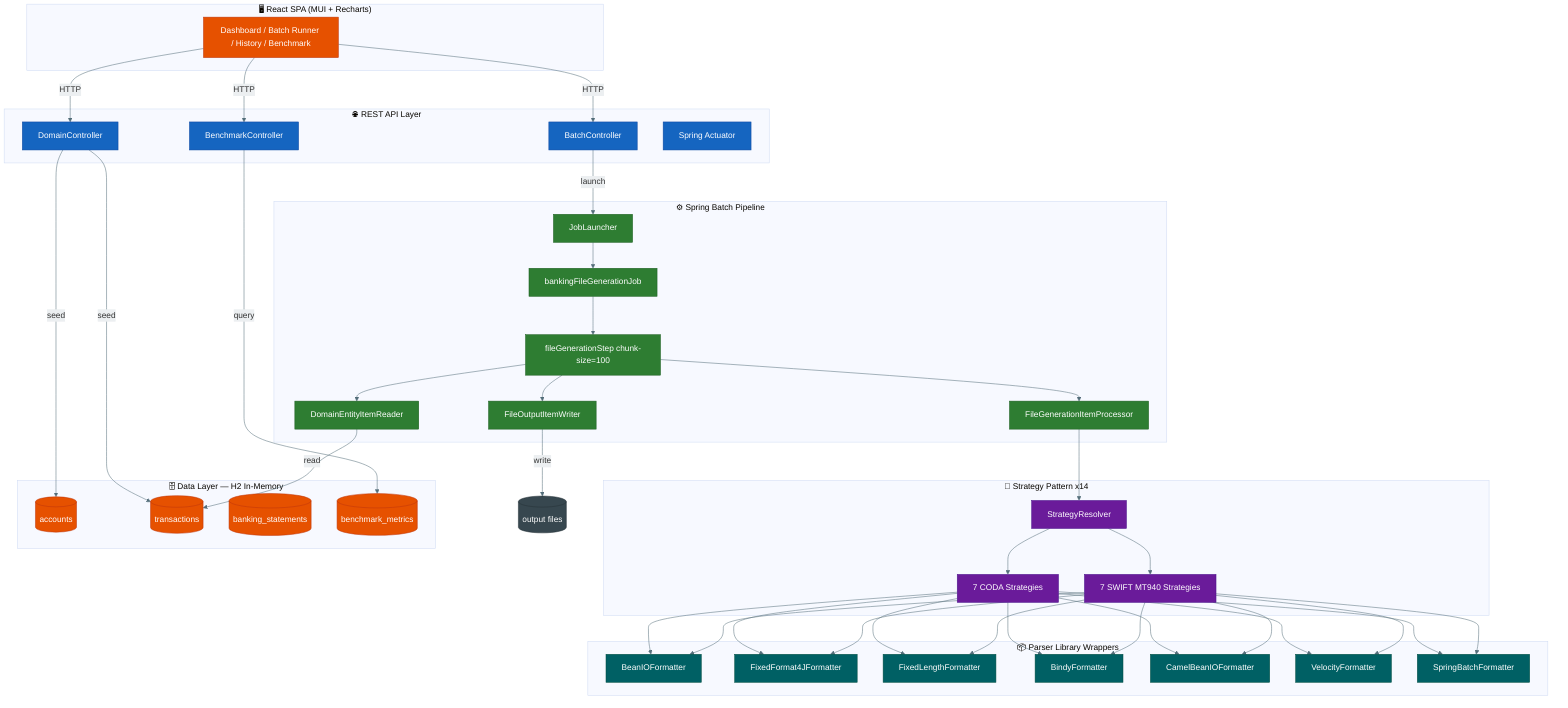
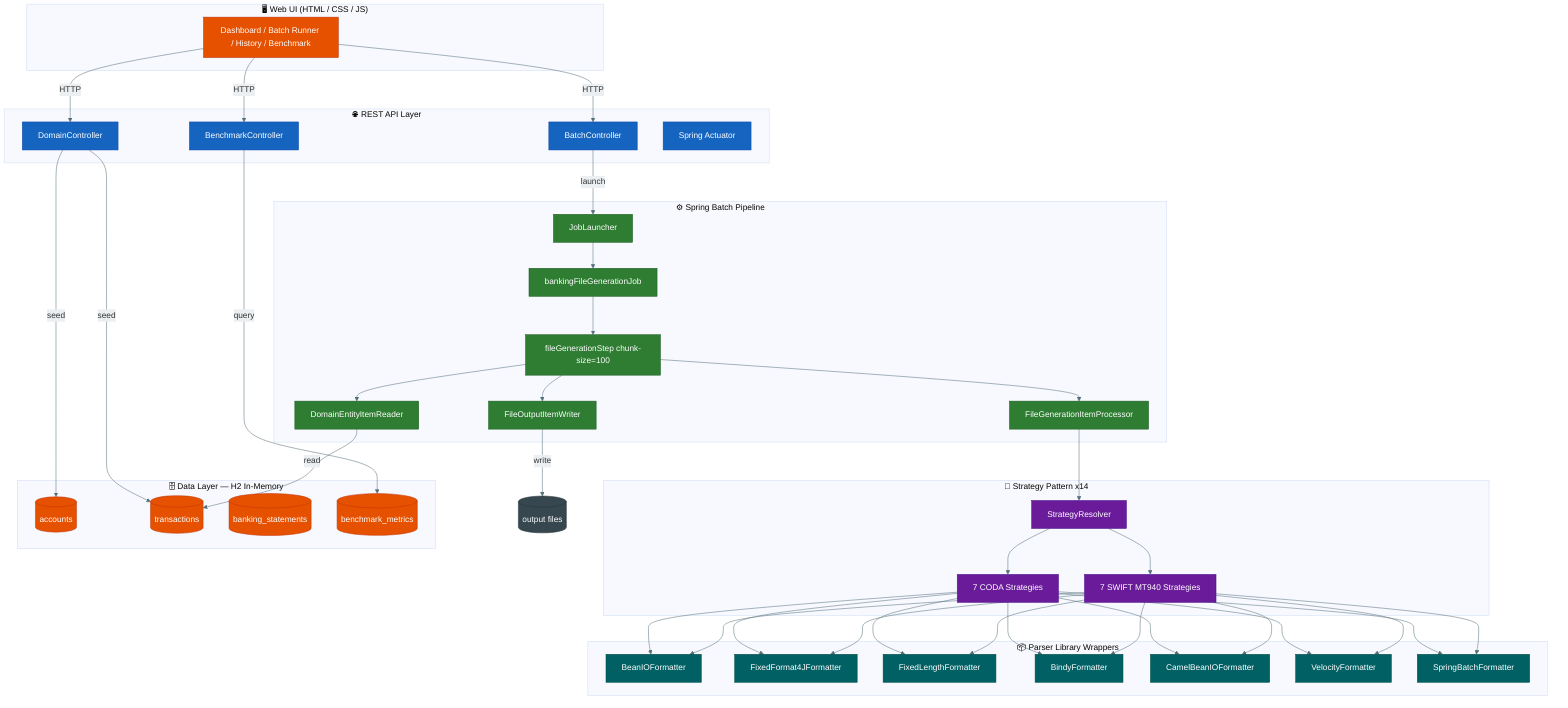
%%{init: {'theme': 'base', 'themeVariables': {'lineColor': '#546e7a', 'edgeLabelBackground': '#eceff1'}}}%%
graph TB
    classDef frontendStyle fill:#e65100,stroke:#bf360c,color:#fff
    classDef apiStyle      fill:#1565c0,stroke:#0d47a1,color:#fff
    classDef batchStyle    fill:#2e7d32,stroke:#1b5e20,color:#fff
    classDef strategyStyle fill:#6a1b9a,stroke:#4a148c,color:#fff
    classDef parserStyle   fill:#006064,stroke:#004d40,color:#fff
    classDef dataStyle     fill:#e65100,stroke:#bf360c,color:#fff
    classDef storageStyle  fill:#37474f,stroke:#263238,color:#fff

-     subgraph Frontend["🖥 React SPA (MUI + Recharts)"]
+     subgraph Frontend["🖥 Web UI (HTML / CSS / JS)"]
        UI[Dashboard / Batch Runner / History / Benchmark]
    end

    subgraph API["🌐 REST API Layer"]
        DC[DomainController]
        BC[BatchController]
        BNC[BenchmarkController]
        ACT[Spring Actuator]
    end

    subgraph Batch["⚙ Spring Batch Pipeline"]
        JL[JobLauncher]
        JOB[bankingFileGenerationJob]
        STEP[fileGenerationStep chunk-size=100]
        READER[DomainEntityItemReader]
        PROC[FileGenerationItemProcessor]
        WRITER[FileOutputItemWriter]
    end

    subgraph Strategy["🔀 Strategy Pattern x14"]
        SR[StrategyResolver]
        CODA7[7 CODA Strategies]
        SWIFT7[7 SWIFT MT940 Strategies]
    end

    subgraph Parsers["📦 Parser Library Wrappers"]
        BIO[BeanIOFormatter]
        FF4J[FixedFormat4JFormatter]
        VL[FixedLengthFormatter]
        BINDY[BindyFormatter]
        CBIO[CamelBeanIOFormatter]
        VEL[VelocityFormatter]
        SBF[SpringBatchFormatter]
    end

    subgraph Data["🗄 Data Layer — H2 In-Memory"]
        ACCT[(accounts)]
        TXN[(transactions)]
        STMT[(banking_statements)]
        BENCH[(benchmark_metrics)]
    end

    OUTPUT[(output files)]

    UI -->|HTTP| DC
    UI -->|HTTP| BC
    UI -->|HTTP| BNC
    DC -->|seed| ACCT
    DC -->|seed| TXN
    BC -->|launch| JL
    JL --> JOB
    JOB --> STEP
    STEP --> READER
    READER -->|read| TXN
    STEP --> PROC
    PROC --> SR
    SR --> CODA7
    SR --> SWIFT7
    CODA7 --> BIO
    CODA7 --> FF4J
    CODA7 --> VL
    CODA7 --> BINDY
    CODA7 --> CBIO
    CODA7 --> VEL
    CODA7 --> SBF
    SWIFT7 --> BIO
    SWIFT7 --> FF4J
    SWIFT7 --> VL
    SWIFT7 --> BINDY
    SWIFT7 --> CBIO
    SWIFT7 --> VEL
    SWIFT7 --> SBF
    STEP --> WRITER
    WRITER -->|write| OUTPUT
    BNC -->|query| BENCH

    class UI frontendStyle
    class DC,BC,BNC,ACT apiStyle
    class JL,JOB,STEP,READER,PROC,WRITER batchStyle
    class SR,CODA7,SWIFT7 strategyStyle
    class BIO,FF4J,VL,BINDY,CBIO,VEL,SBF parserStyle
    class ACCT,TXN,STMT,BENCH dataStyle
    class OUTPUT storageStyle
